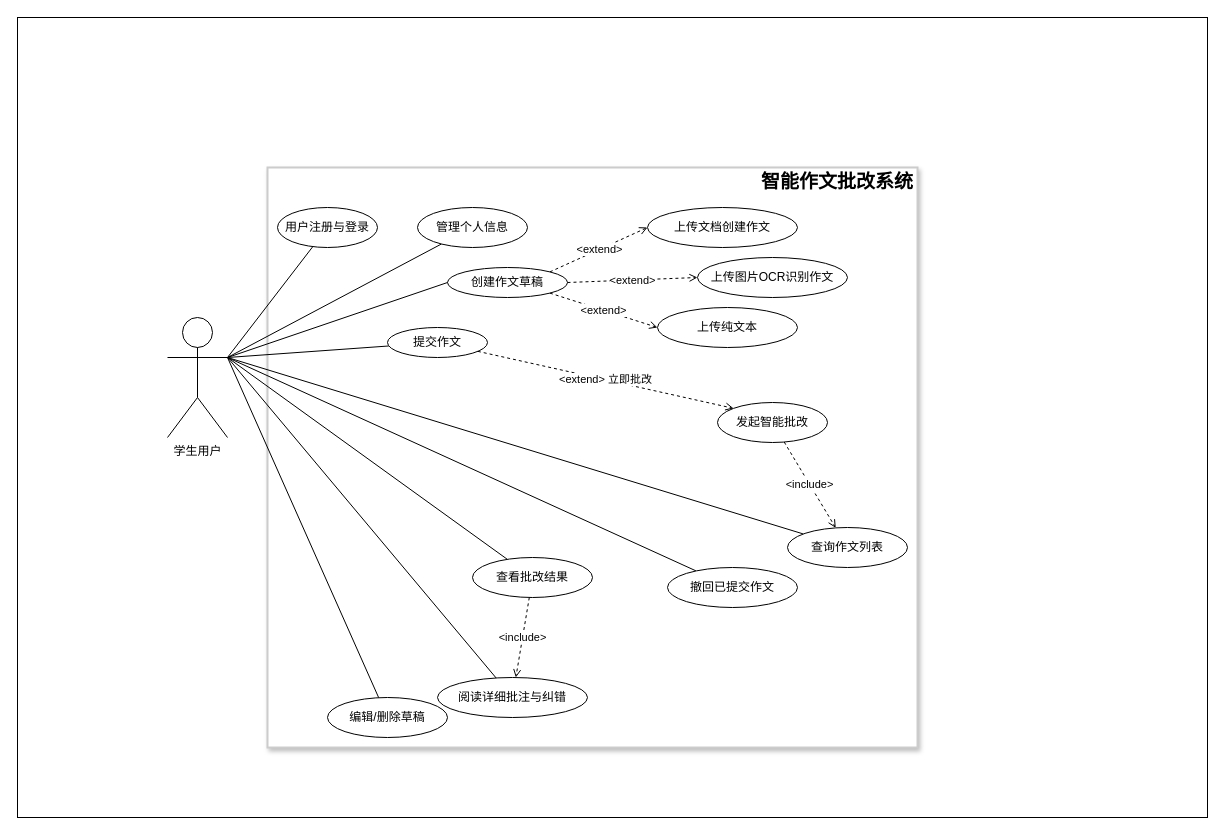
jhddt/Reading-Pavilion-java keeps this draw.io diagram as docs/essay-correction-usecase.drawio. Above is the earlier version. Source tidied: cells renumbered, new cells numbered last; positions are measured from the earlier drawing's top-left corner, leaving out a move shared by most shapes. Both pictures are drawn from the tidied source at 100%, with x=0, y=0 at pixel (17, 17).
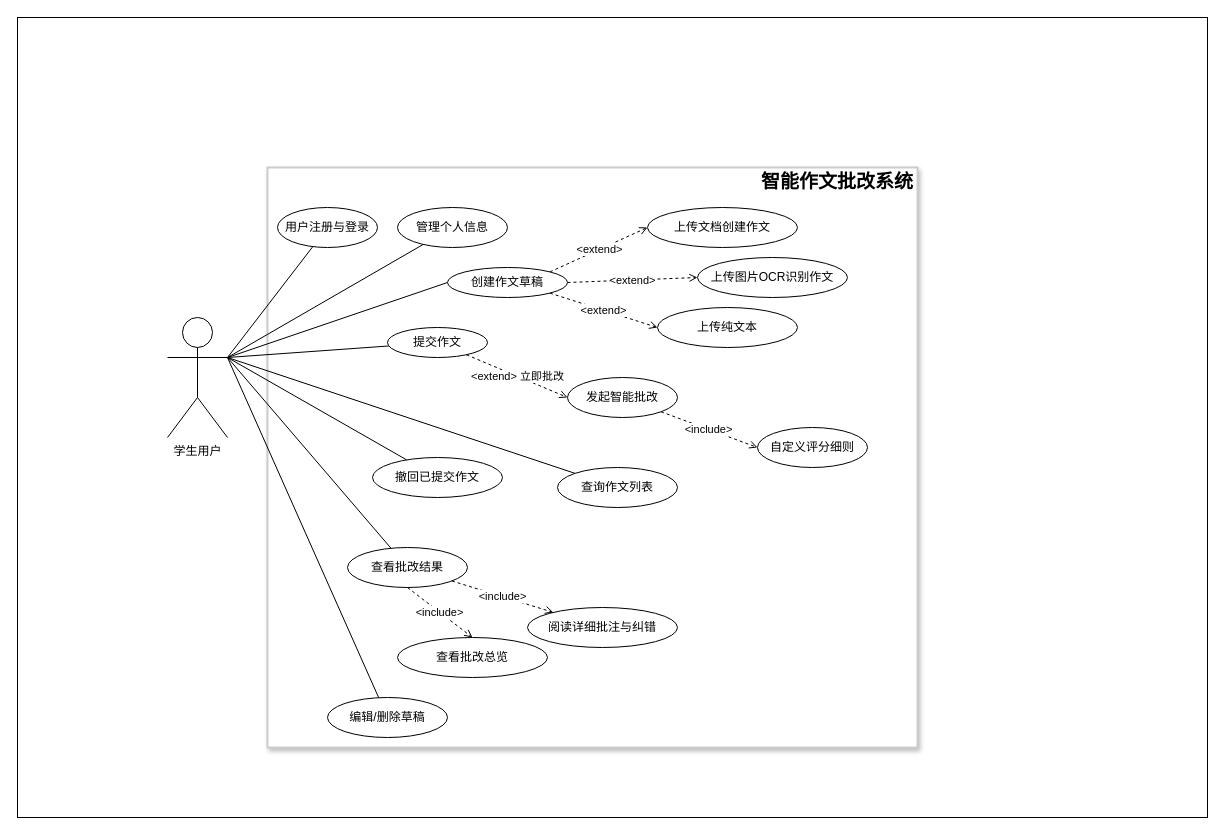
Above is the later version.

Unchanged cells that the change refers to:
```xml
<mxCell id="4" value="学生用户" style="shape=umlActor;verticalLabelPosition=bottom;verticalAlign=top;html=1;" parent="1" vertex="1">
  <mxGeometry x="150" y="300" width="60" height="120" as="geometry" />
</mxCell>
<mxCell id="18" value="提交作文" style="ellipse;whiteSpace=wrap;html=1;" parent="1" vertex="1">
  <mxGeometry x="370" y="310" width="100" height="30" as="geometry" />
</mxCell>
```

What changed in the source:
```diff
@@
-    <mxCell id="12" style="endArrow=none;html=1;exitX=1;exitY=0.3333333333333333;exitDx=0;exitDy=0;exitPerimeter=0;" parent="1" edge="1" source="4" target="23">
-      <mxGeometry relative="1" as="geometry" />
-    </mxCell>
@@
     <mxCell id="14" value="管理个人信息" style="ellipse;whiteSpace=wrap;html=1;" parent="1" vertex="1">
-      <mxGeometry x="400" y="190" width="110" height="40" as="geometry" />
+      <mxGeometry x="380" y="190" width="110" height="40" as="geometry" />
     </mxCell>
@@
     <mxCell id="19" value="撤回已提交作文" style="ellipse;whiteSpace=wrap;html=1;" parent="1" vertex="1">
-      <mxGeometry x="650" y="550" width="130" height="40" as="geometry" />
+      <mxGeometry x="355" y="440" width="130" height="40" as="geometry" />
     </mxCell>
     <mxCell id="20" value="查询作文列表" style="ellipse;whiteSpace=wrap;html=1;" parent="1" vertex="1">
-      <mxGeometry x="770" y="510" width="120" height="40" as="geometry" />
+      <mxGeometry x="540" y="450" width="120" height="40" as="geometry" />
     </mxCell>
     <mxCell id="21" value="发起智能批改" style="ellipse;whiteSpace=wrap;html=1;" parent="1" vertex="1">
-      <mxGeometry x="700" y="385" width="110" height="40" as="geometry" />
+      <mxGeometry x="550" y="360" width="110" height="40" as="geometry" />
     </mxCell>
     <mxCell id="22" value="查看批改结果" style="ellipse;whiteSpace=wrap;html=1;" parent="1" vertex="1">
-      <mxGeometry x="455" y="540" width="120" height="40" as="geometry" />
+      <mxGeometry x="330" y="530" width="120" height="40" as="geometry" />
     </mxCell>
     <mxCell id="23" value="阅读详细批注与纠错" style="ellipse;whiteSpace=wrap;html=1;" parent="1" vertex="1">
-      <mxGeometry x="420" y="660" width="150" height="40" as="geometry" />
+      <mxGeometry x="510" y="590" width="150" height="40" as="geometry" />
     </mxCell>
-    <mxCell id="24" value="&amp;lt;include&amp;gt;" style="dashed=1;endArrow=open;html=1;" parent="1" edge="1" source="21" target="20">
+    <mxCell id="24" value="&amp;lt;include&amp;gt;" style="dashed=1;endArrow=open;html=1;entryX=0;entryY=0.5;entryDx=0;entryDy=0;" parent="1" edge="1" source="21" target="34">
       <mxGeometry relative="1" as="geometry" />
     </mxCell>
@@
-    <mxCell id="28" value="&amp;lt;extend&amp;gt; 立即批改" style="dashed=1;endArrow=open;html=1;entryX=0;entryY=0;entryDx=0;entryDy=0;" parent="1" edge="1" source="18" target="21">
+    <mxCell id="28" value="&amp;lt;extend&amp;gt; 立即批改" style="dashed=1;endArrow=open;html=1;entryX=0;entryY=0.5;entryDx=0;entryDy=0;" parent="1" edge="1" source="18" target="21">
       <mxGeometry relative="1" as="geometry" />
     </mxCell>
@@
+    <mxCell id="34" value="自定义评分细则" style="ellipse;whiteSpace=wrap;html=1;" parent="1" vertex="1">
+      <mxGeometry x="740" y="410" width="110" height="40" as="geometry" />
+    </mxCell>
+    <mxCell id="35" value="查看批改总览" style="ellipse;whiteSpace=wrap;html=1;" parent="1" vertex="1">
+      <mxGeometry x="380" y="620" width="150" height="40" as="geometry" />
+    </mxCell>
+    <mxCell id="36" value="&amp;lt;include&amp;gt;" style="dashed=1;endArrow=open;html=1;exitX=0.5;exitY=1;exitDx=0;exitDy=0;entryX=0.5;entryY=0;entryDx=0;entryDy=0;" parent="1" edge="1" source="22" target="35">
+      <mxGeometry relative="1" as="geometry" />
+    </mxCell>
```
